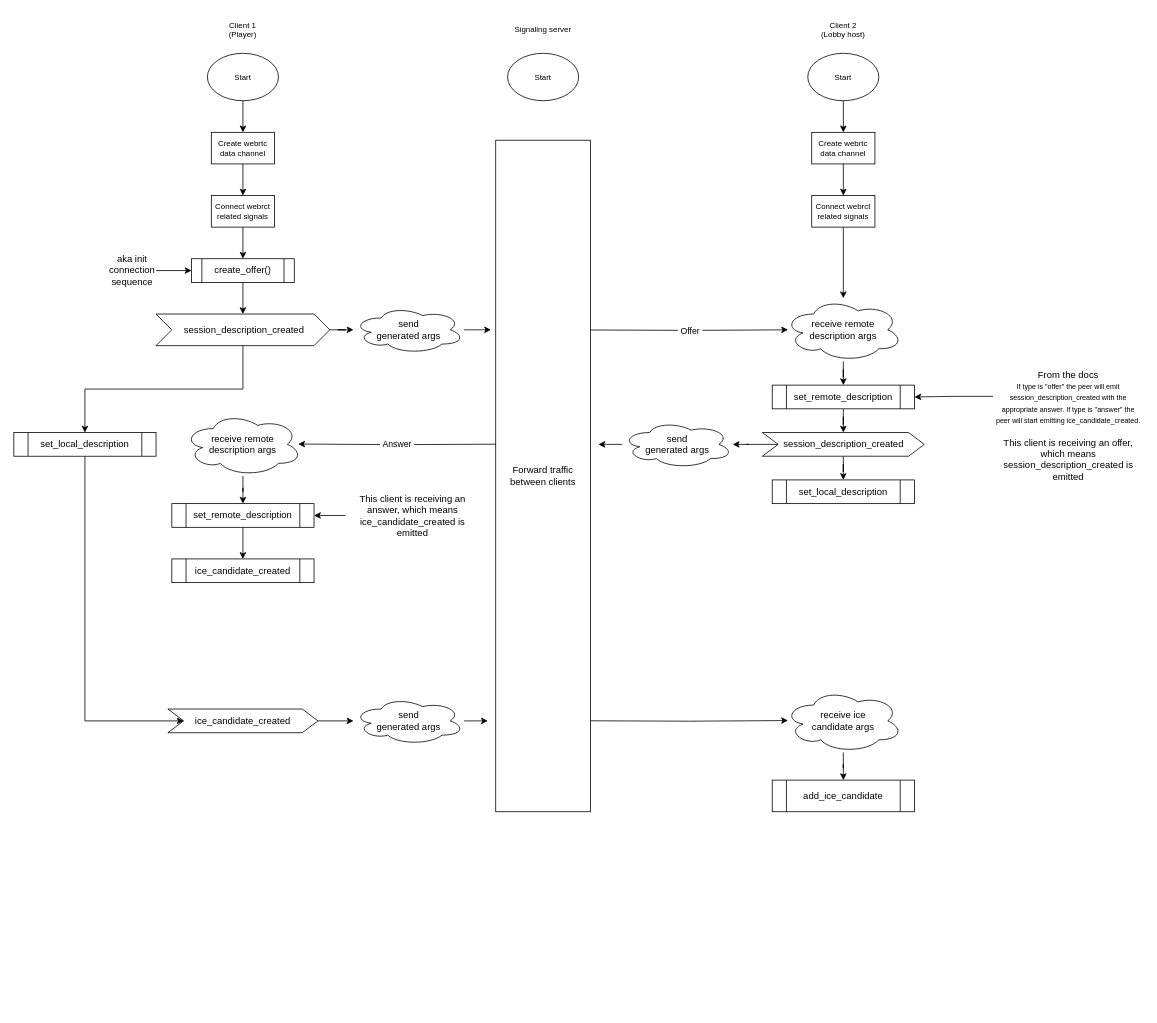
This is Untitled Diagram.drawio from temp127389127389/GridShot, a draw.io file, before an edit. Source tidied: cells renumbered, new cells numbered last; positions are measured from the earlier drawing's top-left corner, leaving out a move shared by most shapes. Both pictures are drawn from the tidied source at 79%, with x=0, y=0 at pixel (13, 13).
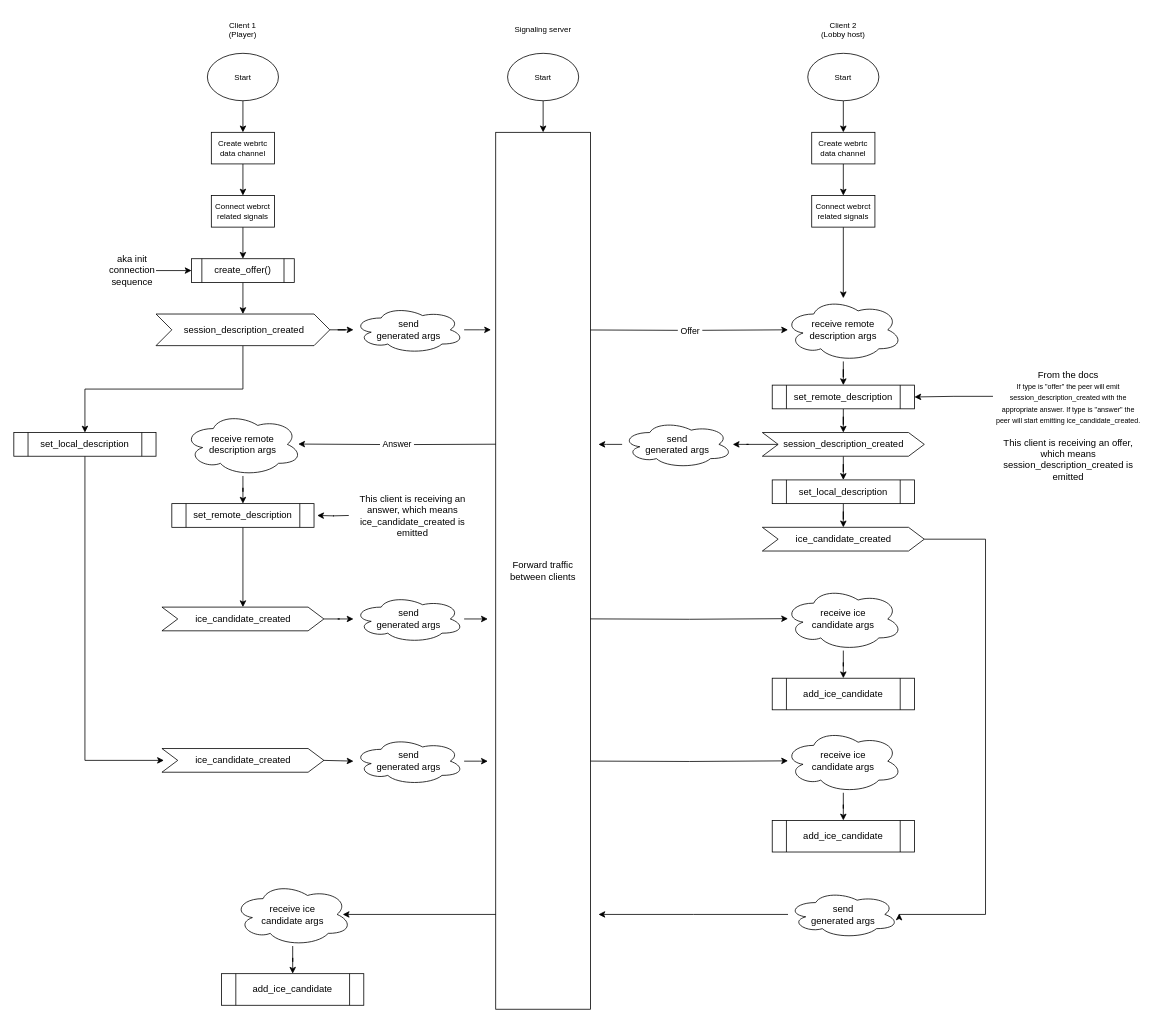
After the change.

Commit message:
webrtc connection chart

Unchanged cells that the change refers to:
```xml
<mxCell id="2" value="&lt;font&gt;Start&lt;/font&gt;" style="ellipse;whiteSpace=wrap;html=1;fontSize=10;" parent="1" vertex="1">
  <mxGeometry x="625" y="50" width="90" height="60" as="geometry" />
</mxCell>
<mxCell id="25" value="set_local_description" style="shape=process;whiteSpace=wrap;html=1;backgroundOutline=1;" parent="1" vertex="1">
  <mxGeometry x="960" y="590" width="180" height="30" as="geometry" />
</mxCell>
<mxCell id="47" value="set_local_description" style="shape=process;whiteSpace=wrap;html=1;backgroundOutline=1;" parent="1" vertex="1">
  <mxGeometry y="530" width="180" height="30" as="geometry" />
</mxCell>
<mxCell id="56" value="&lt;div&gt;This client is receiving an answer, which means&lt;/div&gt;&lt;div&gt;&lt;span style=&quot;background-color: initial;&quot;&gt;ice_candidate_created&amp;nbsp;&lt;/span&gt;&lt;span style=&quot;background-color: initial;&quot;&gt;is emitted&lt;/span&gt;&lt;/div&gt;" style="text;html=1;align=center;verticalAlign=middle;whiteSpace=wrap;rounded=0;" parent="1" vertex="1">
  <mxGeometry x="420" y="595" width="170" height="80" as="geometry" />
</mxCell>
<mxCell id="60" value="set_remote_description" style="shape=process;whiteSpace=wrap;html=1;backgroundOutline=1;" parent="1" vertex="1">
  <mxGeometry x="200" y="620" width="180" height="30" as="geometry" />
</mxCell>
```

The edit, as a diff of the source:
```diff
@@
+    <mxCell id="61" style="edgeStyle=orthogonalEdgeStyle;rounded=0;jettySize=auto;html=1;" parent="1" edge="1" source="2" target="26">
+      <mxGeometry relative="1" as="geometry" />
+    </mxCell>
@@
+    <mxCell id="62" style="edgeStyle=orthogonalEdgeStyle;rounded=0;jettySize=auto;html=1;" parent="1" edge="1" source="25" target="75">
+      <mxGeometry relative="1" as="geometry" />
+    </mxCell>
@@
     <mxCell id="26" value="Forward traffic between clients" style="rounded=0;whiteSpace=wrap;html=1;" parent="1" vertex="1">
-      <mxGeometry x="610" y="160" width="120" height="850" as="geometry" />
+      <mxGeometry x="610" y="150" width="120" height="1110" as="geometry" />
     </mxCell>
@@
-    <mxCell id="30" style="edgeStyle=orthogonalEdgeStyle;rounded=0;jettySize=auto;html=1;" parent="1" edge="1" source="31" target="36">
-      <mxGeometry relative="1" as="geometry" />
-    </mxCell>
-    <mxCell id="31" value="ice_candidate_created" style="shape=step;perimeter=stepPerimeter;whiteSpace=wrap;html=1;fixedSize=1;" parent="1" vertex="1">
-      <mxGeometry x="195" y="880" width="190" height="30" as="geometry" />
-    </mxCell>
@@
     <mxCell id="35" value="&lt;font&gt;add_ice_candidate&lt;/font&gt;" style="shape=process;whiteSpace=wrap;html=1;backgroundOutline=1;" parent="1" vertex="1">
-      <mxGeometry x="960" y="970" width="180" height="40" as="geometry" />
+      <mxGeometry x="960" y="841" width="180" height="40" as="geometry" />
     </mxCell>
     <mxCell id="36" value="send&lt;div&gt;generated args&lt;/div&gt;" style="ellipse;shape=cloud;whiteSpace=wrap;html=1;" parent="1" vertex="1">
-      <mxGeometry x="430" y="865" width="140" height="60" as="geometry" />
+      <mxGeometry x="430" y="736" width="140" height="60" as="geometry" />
     </mxCell>
     <mxCell id="37" style="edgeStyle=orthogonalEdgeStyle;rounded=0;jettySize=auto;html=1;" parent="1" edge="1" source="36">
       <mxGeometry relative="1" as="geometry">
-        <mxPoint x="600" y="895" as="targetPoint" />
+        <mxPoint x="600" y="766" as="targetPoint" />
       </mxGeometry>
     </mxCell>
@@
     <mxCell id="39" value="receive&amp;nbsp;&lt;span style=&quot;background-color: initial;&quot;&gt;ice&lt;/span&gt;&lt;div&gt;&lt;div&gt;candidate args&lt;/div&gt;&lt;/div&gt;" style="ellipse;shape=cloud;whiteSpace=wrap;html=1;" parent="1" vertex="1">
-      <mxGeometry x="975" y="855" width="150" height="80" as="geometry" />
+      <mxGeometry x="975" y="726" width="150" height="80" as="geometry" />
     </mxCell>
     <mxCell id="40" style="edgeStyle=orthogonalEdgeStyle;rounded=0;orthogonalLoop=1;jettySize=auto;html=1;" parent="1" edge="1">
       <mxGeometry relative="1" as="geometry">
-        <mxPoint x="730" y="894.9" as="sourcePoint" />
-        <mxPoint x="980" y="894.6" as="targetPoint" />
+        <mxPoint x="730" y="765.9" as="sourcePoint" />
+        <mxPoint x="980" y="765.6" as="targetPoint" />
       </mxGeometry>
     </mxCell>
@@
-    <mxCell id="46" style="edgeStyle=orthogonalEdgeStyle;rounded=0;jettySize=auto;html=1;entryX=0;entryY=0.5;entryDx=0;entryDy=0;exitX=0.5;exitY=1;exitDx=0;exitDy=0;" parent="1" edge="1" source="47" target="31">
-      <mxGeometry relative="1" as="geometry">
-        <Array as="points">
-          <mxPoint x="90" y="895" />
-        </Array>
-      </mxGeometry>
-    </mxCell>
+    <mxCell id="63" style="edgeStyle=orthogonalEdgeStyle;rounded=0;jettySize=auto;html=1;exitX=0.5;exitY=1;exitDx=0;exitDy=0;" parent="1" edge="1" source="47">
+      <mxGeometry relative="1" as="geometry">
+        <mxPoint x="190" y="945" as="targetPoint" />
+        <Array as="points">
+          <mxPoint x="90" y="945" />
+        </Array>
+      </mxGeometry>
+    </mxCell>
@@
-    <mxCell id="54" value="ice_candidate_created" style="shape=process;whiteSpace=wrap;html=1;backgroundOutline=1;" parent="1" vertex="1">
-      <mxGeometry x="200" y="690" width="180" height="30" as="geometry" />
-    </mxCell>
-    <mxCell id="55" style="edgeStyle=orthogonalEdgeStyle;rounded=0;jettySize=auto;html=1;" parent="1" edge="1" source="56" target="60">
-      <mxGeometry relative="1" as="geometry" />
+    <mxCell id="55" style="edgeStyle=orthogonalEdgeStyle;rounded=0;orthogonalLoop=1;jettySize=auto;html=1;" parent="1" edge="1">
+      <mxGeometry relative="1" as="geometry">
+        <mxPoint x="424" y="635" as="sourcePoint" />
+        <mxPoint x="384" y="635" as="targetPoint" />
+      </mxGeometry>
     </mxCell>
@@
-    <mxCell id="59" style="edgeStyle=orthogonalEdgeStyle;rounded=0;jettySize=auto;html=1;" parent="1" edge="1" source="60" target="54">
-      <mxGeometry relative="1" as="geometry" />
-    </mxCell>
+    <mxCell id="64" style="edgeStyle=orthogonalEdgeStyle;rounded=0;jettySize=auto;html=1;" parent="1" edge="1" source="60" target="66">
+      <mxGeometry relative="1" as="geometry" />
+    </mxCell>
@@
+    <mxCell id="65" style="edgeStyle=orthogonalEdgeStyle;rounded=0;jettySize=auto;html=1;" parent="1" edge="1" source="66" target="36">
+      <mxGeometry relative="1" as="geometry" />
+    </mxCell>
+    <mxCell id="66" value="ice_candidate_created" style="shape=step;perimeter=stepPerimeter;whiteSpace=wrap;html=1;fixedSize=1;" parent="1" vertex="1">
+      <mxGeometry x="187.5" y="751" width="205" height="30" as="geometry" />
+    </mxCell>
+    <mxCell id="67" value="ice_candidate_created" style="shape=step;perimeter=stepPerimeter;whiteSpace=wrap;html=1;fixedSize=1;" parent="1" vertex="1">
+      <mxGeometry x="187.5" y="930" width="205" height="30" as="geometry" />
+    </mxCell>
+    <mxCell id="68" value="&lt;font&gt;add_ice_candidate&lt;/font&gt;" style="shape=process;whiteSpace=wrap;html=1;backgroundOutline=1;" parent="1" vertex="1">
+      <mxGeometry x="960" y="1021" width="180" height="40" as="geometry" />
+    </mxCell>
+    <mxCell id="69" value="send&lt;div&gt;generated args&lt;/div&gt;" style="ellipse;shape=cloud;whiteSpace=wrap;html=1;" parent="1" vertex="1">
+      <mxGeometry x="430" y="916" width="140" height="60" as="geometry" />
+    </mxCell>
+    <mxCell id="70" style="edgeStyle=orthogonalEdgeStyle;rounded=0;jettySize=auto;html=1;" parent="1" edge="1" source="69">
+      <mxGeometry relative="1" as="geometry">
+        <mxPoint x="600" y="946" as="targetPoint" />
+      </mxGeometry>
+    </mxCell>
+    <mxCell id="71" style="edgeStyle=orthogonalEdgeStyle;rounded=0;jettySize=auto;html=1;" parent="1" edge="1" source="72" target="68">
+      <mxGeometry relative="1" as="geometry" />
+    </mxCell>
+    <mxCell id="72" value="receive&amp;nbsp;&lt;span style=&quot;background-color: initial;&quot;&gt;ice&lt;/span&gt;&lt;div&gt;&lt;div&gt;candidate args&lt;/div&gt;&lt;/div&gt;" style="ellipse;shape=cloud;whiteSpace=wrap;html=1;" parent="1" vertex="1">
+      <mxGeometry x="975" y="906" width="150" height="80" as="geometry" />
+    </mxCell>
+    <mxCell id="73" style="edgeStyle=orthogonalEdgeStyle;rounded=0;orthogonalLoop=1;jettySize=auto;html=1;" parent="1" edge="1">
+      <mxGeometry relative="1" as="geometry">
+        <mxPoint x="730" y="945.9" as="sourcePoint" />
+        <mxPoint x="980" y="945.6" as="targetPoint" />
+      </mxGeometry>
+    </mxCell>
+    <mxCell id="74" style="edgeStyle=orthogonalEdgeStyle;rounded=0;jettySize=auto;html=1;" parent="1" edge="1" target="69">
+      <mxGeometry relative="1" as="geometry">
+        <mxPoint x="392" y="945" as="sourcePoint" />
+      </mxGeometry>
+    </mxCell>
+    <mxCell id="75" value="ice_candidate_created" style="shape=step;perimeter=stepPerimeter;whiteSpace=wrap;html=1;fixedSize=1;" parent="1" vertex="1">
+      <mxGeometry x="947.5" y="650" width="205" height="30" as="geometry" />
+    </mxCell>
+    <mxCell id="76" value="send&lt;div&gt;generated args&lt;/div&gt;" style="ellipse;shape=cloud;whiteSpace=wrap;html=1;" parent="1" vertex="1">
+      <mxGeometry x="980" y="1110" width="140" height="60" as="geometry" />
+    </mxCell>
+    <mxCell id="77" style="edgeStyle=orthogonalEdgeStyle;rounded=0;jettySize=auto;html=1;entryX=1.006;entryY=0.481;entryDx=0;entryDy=0;entryPerimeter=0;" parent="1" edge="1" source="75" target="76">
+      <mxGeometry relative="1" as="geometry">
+        <Array as="points">
+          <mxPoint x="1230" y="665" />
+          <mxPoint x="1230" y="1140" />
+          <mxPoint x="1121" y="1140" />
+        </Array>
+      </mxGeometry>
+    </mxCell>
+    <mxCell id="78" value="&lt;font&gt;add_ice_candidate&lt;/font&gt;" style="shape=process;whiteSpace=wrap;html=1;backgroundOutline=1;" parent="1" vertex="1">
+      <mxGeometry x="263" y="1215" width="180" height="40" as="geometry" />
+    </mxCell>
+    <mxCell id="79" style="edgeStyle=orthogonalEdgeStyle;rounded=0;jettySize=auto;html=1;" parent="1" edge="1" source="80" target="78">
+      <mxGeometry relative="1" as="geometry" />
+    </mxCell>
+    <mxCell id="80" value="receive&amp;nbsp;&lt;span style=&quot;background-color: initial;&quot;&gt;ice&lt;/span&gt;&lt;div&gt;&lt;div&gt;candidate args&lt;/div&gt;&lt;/div&gt;" style="ellipse;shape=cloud;whiteSpace=wrap;html=1;" parent="1" vertex="1">
+      <mxGeometry x="278" y="1100" width="150" height="80" as="geometry" />
+    </mxCell>
+    <mxCell id="81" style="edgeStyle=orthogonalEdgeStyle;rounded=0;jettySize=auto;html=1;" parent="1" edge="1" source="76">
+      <mxGeometry relative="1" as="geometry">
+        <mxPoint x="740" y="1140" as="targetPoint" />
+      </mxGeometry>
+    </mxCell>
+    <mxCell id="82" style="edgeStyle=orthogonalEdgeStyle;rounded=0;orthogonalLoop=1;jettySize=auto;html=1;entryX=0.875;entryY=0.5;entryDx=0;entryDy=0;entryPerimeter=0;" parent="1" edge="1">
+      <mxGeometry relative="1" as="geometry">
+        <mxPoint x="610" y="1140" as="sourcePoint" />
+        <mxPoint x="416.3" y="1140" as="targetPoint" />
+      </mxGeometry>
+    </mxCell>
```
